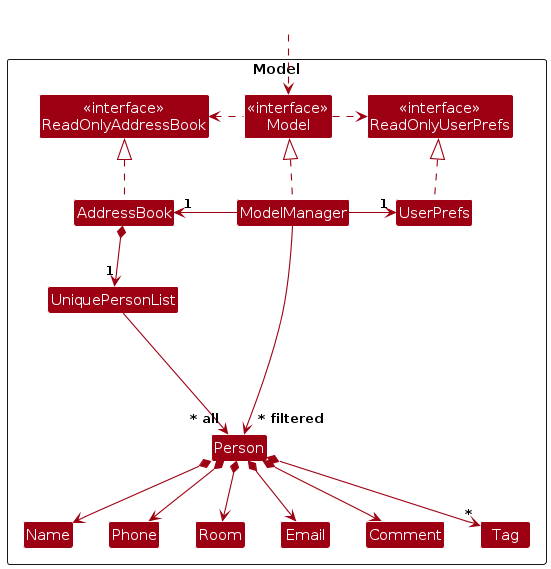
aishgogoyal/tp keeps this PlantUML diagram as diagrams/ModelClassDiagram.png. Above is the earlier version. Its source is kept beside it as diagrams/ModelClassDiagram.puml. Source of this version:
```plantuml
@startuml
!include style.puml
skinparam arrowThickness 1.1
skinparam arrowColor MODEL_COLOR
skinparam classBackgroundColor MODEL_COLOR

Package Model as ModelPackage <<Rectangle>>{
Class "<<interface>>\nReadOnlyAddressBook" as ReadOnlyAddressBook
Class "<<interface>>\nReadOnlyUserPrefs" as ReadOnlyUserPrefs
Class "<<interface>>\nModel" as Model
Class AddressBook
Class ModelManager
Class UserPrefs

Class UniquePersonList
Class Person
Class Room
Class Comment
Class Email
Class Name
Class Phone
Class Tag

Class I #FFFFFF
}

Class HiddenOutside #FFFFFF
HiddenOutside ..> Model

AddressBook .up.|> ReadOnlyAddressBook

ModelManager .up.|> Model
Model .right.> ReadOnlyUserPrefs
Model .left.> ReadOnlyAddressBook
ModelManager -left-> "1" AddressBook
ModelManager -right-> "1" UserPrefs
UserPrefs .up.|> ReadOnlyUserPrefs

AddressBook *--> "1" UniquePersonList
UniquePersonList --> "~* all" Person
Person *--> Name
Person *--> Phone
Person *--> Email
Person *--> Room
Person *--> Comment
Person *--> "*" Tag

Person -[hidden]up--> I
UniquePersonList -[hidden]right-> I

Name -[hidden]right-> Phone
Phone -[hidden]right-> Room
Room -[hidden]right-> Email

ModelManager --> "~* filtered" Person
@enduml
```
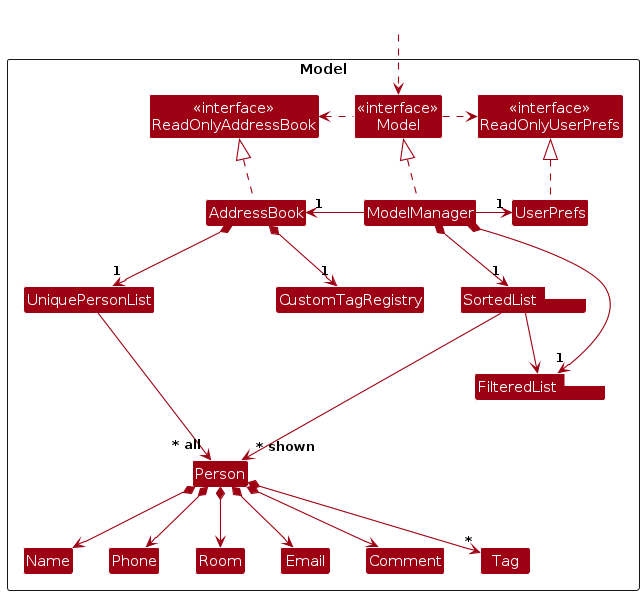
Above is the later version.

Change to the diagram source:
```diff
@@ -13,6 +13,7 @@
 Class UserPrefs
 
 Class UniquePersonList
+Class CustomTagRegistry
 Class Person
 Class Room
 Class Comment
@@ -20,6 +21,8 @@
 Class Name
 Class Phone
 Class Tag
+Class "FilteredList<Person>" as FilteredList
+Class "SortedList<Person>" as SortedList
 
 Class I #FFFFFF
 }
@@ -37,6 +40,7 @@
 UserPrefs .up.|> ReadOnlyUserPrefs
 
 AddressBook *--> "1" UniquePersonList
+AddressBook *--> "1" CustomTagRegistry
 UniquePersonList --> "~* all" Person
 Person *--> Name
 Person *--> Phone
@@ -52,5 +56,8 @@
 Phone -[hidden]right-> Room
 Room -[hidden]right-> Email
 
-ModelManager --> "~* filtered" Person
+ModelManager *--> "1" FilteredList
+ModelManager *--> "1" SortedList
+SortedList --> FilteredList
+SortedList --> "~* shown" Person
 @enduml
```
